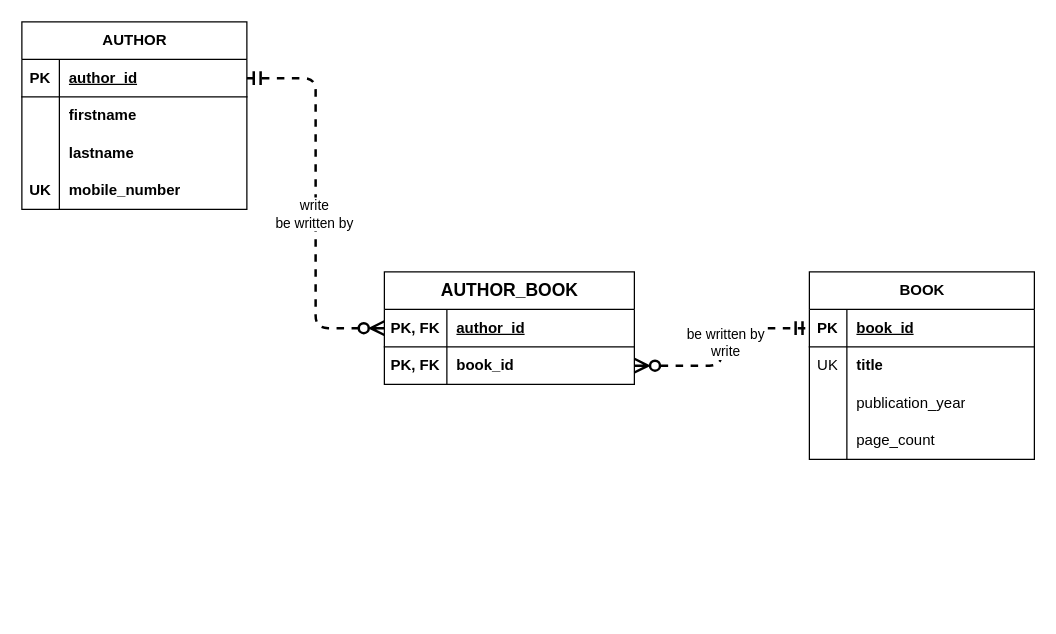
This is page "P0304a" (1 of 2) of relational-database-design/c3/P0304.drawio from qichendev/assignments, a draw.io file, before an edit. Source tidied: cells renumbered, new cells numbered last; positions are measured from the earlier drawing's top-left corner, leaving out a move shared by most shapes. Both pictures are drawn from the tidied source at 125%, with x=0, y=0 at pixel (21, 21).
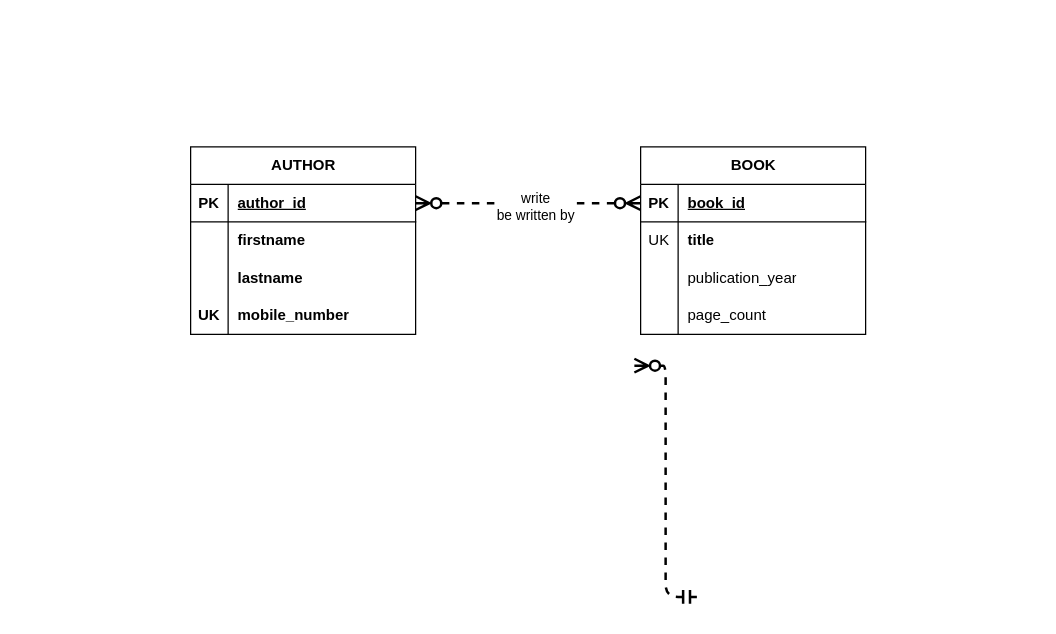
The same page after the edit.

Change to the diagram source:
```diff
@@
+    <mxCell id="37" style="edgeStyle=elbowEdgeStyle;fontSize=12;html=1;endArrow=ERmandOne;startArrow=ERzeroToMany;rounded=1;endSize=8;startSize=8;strokeWidth=2;dashed=1;jumpStyle=none;curved=0;startFill=0;endFill=0;exitX=1;exitY=0.5;exitDx=0;exitDy=0;entryX=0;entryY=0.5;entryDx=0;entryDy=0;" parent="1" edge="1">
+      <mxGeometry relative="1" as="geometry">
+        <mxPoint x="490" y="275" as="sourcePoint" />
+        <mxPoint x="540" y="460" as="targetPoint" />
+      </mxGeometry>
+    </mxCell>
     <mxCell id="2" value="AUTHOR" style="shape=table;startSize=30;childLayout=tableLayout;rowLines=0;fontStyle=1;align=center;html=1;" parent="1" vertex="1">
-      <mxGeometry width="180" height="150" as="geometry" />
+      <mxGeometry x="135" y="100" width="180" height="150" as="geometry" />
     </mxCell>
-    <mxCell id="3" style="shape=tableRow;horizontal=0;startSize=0;swimlaneHead=0;swimlaneBody=0;fillColor=none;points=[[0,0.5],[1,0.5]];portConstraint=eastwest;top=0;left=0;right=0;bottom=1;" parent="2" vertex="1">
-      <mxGeometry y="30" width="180" height="30" as="geometry" />
-    </mxCell>
-    <mxCell id="4" value="PK" style="shape=partialRectangle;fillColor=none;top=0;left=0;bottom=0;right=0;fontStyle=1;overflow=hidden;whiteSpace=wrap;html=1;" parent="3" vertex="1">
-      <mxGeometry width="30" height="30" as="geometry" />
-    </mxCell>
+    <mxCell id="39" style="shape=tableRow;horizontal=0;startSize=0;swimlaneHead=0;swimlaneBody=0;fillColor=none;points=[[0,0.5],[1,0.5]];portConstraint=eastwest;top=0;left=0;right=0;bottom=1;" parent="2" vertex="1">
+      <mxGeometry y="30" width="180" height="30" as="geometry" />
+    </mxCell>
+    <mxCell id="40" value="PK" style="shape=partialRectangle;fillColor=none;top=0;left=0;bottom=0;right=0;fontStyle=1;overflow=hidden;whiteSpace=wrap;html=1;" parent="39" vertex="1">
+      <mxGeometry width="30" height="30" as="geometry" />
+    </mxCell>
-    <mxCell id="5" value="author_id" style="shape=partialRectangle;fillColor=none;top=0;left=0;bottom=0;right=0;align=left;spacingLeft=6;fontStyle=5;overflow=hidden;whiteSpace=wrap;html=1;" parent="3" vertex="1">
+    <mxCell id="5" value="author_id" style="shape=partialRectangle;fillColor=none;top=0;left=0;bottom=0;right=0;align=left;spacingLeft=6;fontStyle=5;overflow=hidden;whiteSpace=wrap;html=1;" parent="39" vertex="1">
       <mxGeometry x="30" width="150" height="30" as="geometry" />
     </mxCell>
-    <mxCell id="6" style="shape=tableRow;horizontal=0;startSize=0;swimlaneHead=0;swimlaneBody=0;fillColor=none;top=0;left=0;right=0;bottom=0;" parent="2" vertex="1">
-      <mxGeometry y="60" width="180" height="30" as="geometry" />
-    </mxCell>
-    <mxCell id="7" style="shape=partialRectangle;fillColor=none;top=0;left=0;bottom=0;right=0;overflow=hidden;whiteSpace=wrap;html=1;" parent="6" vertex="1">
-      <mxGeometry width="30" height="30" as="geometry" />
-    </mxCell>
+    <mxCell id="41" style="shape=tableRow;horizontal=0;startSize=0;swimlaneHead=0;swimlaneBody=0;fillColor=none;top=0;left=0;right=0;bottom=0;" parent="2" vertex="1">
+      <mxGeometry y="60" width="180" height="30" as="geometry" />
+    </mxCell>
+    <mxCell id="42" style="shape=partialRectangle;fillColor=none;top=0;left=0;bottom=0;right=0;overflow=hidden;whiteSpace=wrap;html=1;" parent="41" vertex="1">
+      <mxGeometry width="30" height="30" as="geometry" />
+    </mxCell>
-    <mxCell id="8" value="firstname" style="shape=partialRectangle;fillColor=none;top=0;left=0;bottom=0;right=0;align=left;spacingLeft=6;overflow=hidden;whiteSpace=wrap;html=1;fontStyle=1;" parent="6" vertex="1">
+    <mxCell id="8" value="firstname" style="shape=partialRectangle;fillColor=none;top=0;left=0;bottom=0;right=0;align=left;spacingLeft=6;overflow=hidden;whiteSpace=wrap;html=1;fontStyle=1;" parent="41" vertex="1">
       <mxGeometry x="30" width="150" height="30" as="geometry" />
     </mxCell>
-    <mxCell id="9" style="shape=tableRow;horizontal=0;startSize=0;swimlaneHead=0;swimlaneBody=0;fillColor=none;top=0;left=0;right=0;bottom=0;" parent="2" vertex="1">
-      <mxGeometry y="90" width="180" height="30" as="geometry" />
-    </mxCell>
-    <mxCell id="10" style="shape=partialRectangle;fillColor=none;top=0;left=0;bottom=0;right=0;overflow=hidden;whiteSpace=wrap;html=1;" parent="9" vertex="1">
-      <mxGeometry width="30" height="30" as="geometry" />
-    </mxCell>
+    <mxCell id="43" style="shape=tableRow;horizontal=0;startSize=0;swimlaneHead=0;swimlaneBody=0;fillColor=none;top=0;left=0;right=0;bottom=0;" parent="2" vertex="1">
+      <mxGeometry y="90" width="180" height="30" as="geometry" />
+    </mxCell>
+    <mxCell id="44" style="shape=partialRectangle;fillColor=none;top=0;left=0;bottom=0;right=0;overflow=hidden;whiteSpace=wrap;html=1;" parent="43" vertex="1">
+      <mxGeometry width="30" height="30" as="geometry" />
+    </mxCell>
-    <mxCell id="11" value="lastname" style="shape=partialRectangle;fillColor=none;top=0;left=0;bottom=0;right=0;align=left;spacingLeft=6;overflow=hidden;whiteSpace=wrap;html=1;fontStyle=1;" parent="9" vertex="1">
+    <mxCell id="11" value="lastname" style="shape=partialRectangle;fillColor=none;top=0;left=0;bottom=0;right=0;align=left;spacingLeft=6;overflow=hidden;whiteSpace=wrap;html=1;fontStyle=1;" parent="43" vertex="1">
       <mxGeometry x="30" width="150" height="30" as="geometry" />
     </mxCell>
-    <mxCell id="12" style="shape=tableRow;horizontal=0;startSize=0;swimlaneHead=0;swimlaneBody=0;fillColor=none;top=0;left=0;right=0;bottom=0;" parent="2" vertex="1">
-      <mxGeometry y="120" width="180" height="30" as="geometry" />
-    </mxCell>
+    <mxCell id="45" style="shape=tableRow;horizontal=0;startSize=0;swimlaneHead=0;swimlaneBody=0;fillColor=none;top=0;left=0;right=0;bottom=0;" parent="2" vertex="1">
+      <mxGeometry y="120" width="180" height="30" as="geometry" />
+    </mxCell>
-    <mxCell id="13" value="UK" style="shape=partialRectangle;fillColor=none;top=0;left=0;bottom=0;right=0;overflow=hidden;whiteSpace=wrap;html=1;fontStyle=1;" parent="12" vertex="1">
+    <mxCell id="13" value="UK" style="shape=partialRectangle;fillColor=none;top=0;left=0;bottom=0;right=0;overflow=hidden;whiteSpace=wrap;html=1;fontStyle=1;" parent="45" vertex="1">
       <mxGeometry width="30" height="30" as="geometry" />
     </mxCell>
-    <mxCell id="14" value="mobile_number" style="shape=partialRectangle;fillColor=none;top=0;left=0;bottom=0;right=0;align=left;spacingLeft=6;overflow=hidden;whiteSpace=wrap;html=1;fontStyle=1;" parent="12" vertex="1">
+    <mxCell id="14" value="mobile_number" style="shape=partialRectangle;fillColor=none;top=0;left=0;bottom=0;right=0;align=left;spacingLeft=6;overflow=hidden;whiteSpace=wrap;html=1;fontStyle=1;" parent="45" vertex="1">
       <mxGeometry x="30" width="150" height="30" as="geometry" />
     </mxCell>
     <mxCell id="15" value="BOOK" style="shape=table;startSize=30;childLayout=tableLayout;rowLines=0;fontStyle=1;align=center;html=1;" parent="1" vertex="1">
-      <mxGeometry x="630" y="200" width="180" height="150" as="geometry" />
+      <mxGeometry x="495" y="100" width="180" height="150" as="geometry" />
     </mxCell>
-    <mxCell id="16" style="shape=tableRow;horizontal=0;startSize=0;swimlaneHead=0;swimlaneBody=0;fillColor=none;points=[[0,0.5],[1,0.5]];portConstraint=eastwest;top=0;left=0;right=0;bottom=1;" parent="15" vertex="1">
-      <mxGeometry y="30" width="180" height="30" as="geometry" />
-    </mxCell>
-    <mxCell id="17" value="PK" style="shape=partialRectangle;fillColor=none;top=0;left=0;bottom=0;right=0;fontStyle=1;overflow=hidden;whiteSpace=wrap;html=1;" parent="16" vertex="1">
-      <mxGeometry width="30" height="30" as="geometry" />
-    </mxCell>
+    <mxCell id="46" style="shape=tableRow;horizontal=0;startSize=0;swimlaneHead=0;swimlaneBody=0;fillColor=none;points=[[0,0.5],[1,0.5]];portConstraint=eastwest;top=0;left=0;right=0;bottom=1;" parent="15" vertex="1">
+      <mxGeometry y="30" width="180" height="30" as="geometry" />
+    </mxCell>
+    <mxCell id="47" value="PK" style="shape=partialRectangle;fillColor=none;top=0;left=0;bottom=0;right=0;fontStyle=1;overflow=hidden;whiteSpace=wrap;html=1;" parent="46" vertex="1">
+      <mxGeometry width="30" height="30" as="geometry" />
+    </mxCell>
-    <mxCell id="18" value="book_id" style="shape=partialRectangle;fillColor=none;top=0;left=0;bottom=0;right=0;align=left;spacingLeft=6;fontStyle=5;overflow=hidden;whiteSpace=wrap;html=1;" parent="16" vertex="1">
+    <mxCell id="18" value="book_id" style="shape=partialRectangle;fillColor=none;top=0;left=0;bottom=0;right=0;align=left;spacingLeft=6;fontStyle=5;overflow=hidden;whiteSpace=wrap;html=1;" parent="46" vertex="1">
       <mxGeometry x="30" width="150" height="30" as="geometry" />
     </mxCell>
-    <mxCell id="19" style="shape=tableRow;horizontal=0;startSize=0;swimlaneHead=0;swimlaneBody=0;fillColor=none;top=0;left=0;right=0;bottom=0;" parent="15" vertex="1">
-      <mxGeometry y="60" width="180" height="30" as="geometry" />
-    </mxCell>
+    <mxCell id="48" style="shape=tableRow;horizontal=0;startSize=0;swimlaneHead=0;swimlaneBody=0;fillColor=none;top=0;left=0;right=0;bottom=0;" parent="15" vertex="1">
+      <mxGeometry y="60" width="180" height="30" as="geometry" />
+    </mxCell>
-    <mxCell id="20" value="UK" style="shape=partialRectangle;fillColor=none;top=0;left=0;bottom=0;right=0;overflow=hidden;whiteSpace=wrap;html=1;" parent="19" vertex="1">
+    <mxCell id="20" value="UK" style="shape=partialRectangle;fillColor=none;top=0;left=0;bottom=0;right=0;overflow=hidden;whiteSpace=wrap;html=1;" parent="48" vertex="1">
       <mxGeometry width="30" height="30" as="geometry" />
     </mxCell>
-    <mxCell id="21" value="title" style="shape=partialRectangle;fillColor=none;top=0;left=0;bottom=0;right=0;align=left;spacingLeft=6;overflow=hidden;whiteSpace=wrap;html=1;fontStyle=1;" parent="19" vertex="1">
+    <mxCell id="21" value="title" style="shape=partialRectangle;fillColor=none;top=0;left=0;bottom=0;right=0;align=left;spacingLeft=6;overflow=hidden;whiteSpace=wrap;html=1;fontStyle=1;" parent="48" vertex="1">
       <mxGeometry x="30" width="150" height="30" as="geometry" />
     </mxCell>
-    <mxCell id="22" style="shape=tableRow;horizontal=0;startSize=0;swimlaneHead=0;swimlaneBody=0;fillColor=none;top=0;left=0;right=0;bottom=0;" parent="15" vertex="1">
-      <mxGeometry y="90" width="180" height="30" as="geometry" />
-    </mxCell>
-    <mxCell id="23" style="shape=partialRectangle;fillColor=none;top=0;left=0;bottom=0;right=0;overflow=hidden;whiteSpace=wrap;html=1;" parent="22" vertex="1">
-      <mxGeometry width="30" height="30" as="geometry" />
-    </mxCell>
+    <mxCell id="49" style="shape=tableRow;horizontal=0;startSize=0;swimlaneHead=0;swimlaneBody=0;fillColor=none;top=0;left=0;right=0;bottom=0;" parent="15" vertex="1">
+      <mxGeometry y="90" width="180" height="30" as="geometry" />
+    </mxCell>
+    <mxCell id="50" style="shape=partialRectangle;fillColor=none;top=0;left=0;bottom=0;right=0;overflow=hidden;whiteSpace=wrap;html=1;" parent="49" vertex="1">
+      <mxGeometry width="30" height="30" as="geometry" />
+    </mxCell>
-    <mxCell id="24" value="publication_year" style="shape=partialRectangle;fillColor=none;top=0;left=0;bottom=0;right=0;align=left;spacingLeft=6;overflow=hidden;whiteSpace=wrap;html=1;" parent="22" vertex="1">
+    <mxCell id="24" value="publication_year" style="shape=partialRectangle;fillColor=none;top=0;left=0;bottom=0;right=0;align=left;spacingLeft=6;overflow=hidden;whiteSpace=wrap;html=1;" parent="49" vertex="1">
       <mxGeometry x="30" width="150" height="30" as="geometry" />
     </mxCell>
-    <mxCell id="25" style="shape=tableRow;horizontal=0;startSize=0;swimlaneHead=0;swimlaneBody=0;fillColor=none;top=0;left=0;right=0;bottom=0;" parent="15" vertex="1">
-      <mxGeometry y="120" width="180" height="30" as="geometry" />
-    </mxCell>
-    <mxCell id="26" style="shape=partialRectangle;fillColor=none;top=0;left=0;bottom=0;right=0;overflow=hidden;whiteSpace=wrap;html=1;" parent="25" vertex="1">
-      <mxGeometry width="30" height="30" as="geometry" />
-    </mxCell>
+    <mxCell id="51" style="shape=tableRow;horizontal=0;startSize=0;swimlaneHead=0;swimlaneBody=0;fillColor=none;top=0;left=0;right=0;bottom=0;" parent="15" vertex="1">
+      <mxGeometry y="120" width="180" height="30" as="geometry" />
+    </mxCell>
+    <mxCell id="52" style="shape=partialRectangle;fillColor=none;top=0;left=0;bottom=0;right=0;overflow=hidden;whiteSpace=wrap;html=1;" parent="51" vertex="1">
+      <mxGeometry width="30" height="30" as="geometry" />
+    </mxCell>
-    <mxCell id="27" value="page_count" style="shape=partialRectangle;fillColor=none;top=0;left=0;bottom=0;right=0;align=left;spacingLeft=6;overflow=hidden;whiteSpace=wrap;html=1;" parent="25" vertex="1">
+    <mxCell id="27" value="page_count" style="shape=partialRectangle;fillColor=none;top=0;left=0;bottom=0;right=0;align=left;spacingLeft=6;overflow=hidden;whiteSpace=wrap;html=1;" parent="51" vertex="1">
       <mxGeometry x="30" width="150" height="30" as="geometry" />
     </mxCell>
-    <mxCell id="28" value="&lt;span style=&quot;font-size: 14px;&quot;&gt;&lt;b&gt;AUTHOR_BOOK&lt;/b&gt;&lt;/span&gt;" style="shape=table;startSize=30;childLayout=tableLayout;rowLines=0;fontStyle=0;align=center;html=1;" parent="1" vertex="1">
-      <mxGeometry x="290" y="200" width="200" height="90" as="geometry" />
-    </mxCell>
-    <mxCell id="29" style="shape=tableRow;horizontal=0;startSize=0;swimlaneHead=0;swimlaneBody=0;fillColor=none;points=[[0,0.5],[1,0.5]];portConstraint=eastwest;top=0;left=0;right=0;bottom=1;" parent="28" vertex="1">
-      <mxGeometry y="30" width="200" height="30" as="geometry" />
-    </mxCell>
-    <mxCell id="30" value="PK, FK" style="shape=partialRectangle;fillColor=none;top=0;left=0;bottom=0;right=0;fontStyle=1;overflow=hidden;whiteSpace=wrap;html=1;" parent="29" vertex="1">
-      <mxGeometry width="50" height="30" as="geometry" />
-    </mxCell>
-    <mxCell id="31" value="author_id" style="shape=partialRectangle;fillColor=none;top=0;left=0;bottom=0;right=0;align=left;spacingLeft=6;fontStyle=5;overflow=hidden;whiteSpace=wrap;html=1;" parent="29" vertex="1">
-      <mxGeometry x="50" width="150" height="30" as="geometry" />
-    </mxCell>
-    <mxCell id="32" style="shape=tableRow;horizontal=0;startSize=0;swimlaneHead=0;swimlaneBody=0;fillColor=none;points=[[0,0.5],[1,0.5]];portConstraint=eastwest;top=0;left=0;right=0;bottom=0;" parent="28" vertex="1">
-      <mxGeometry y="60" width="200" height="30" as="geometry" />
-    </mxCell>
-    <mxCell id="33" value="PK, FK" style="shape=partialRectangle;fillColor=none;top=0;left=0;bottom=0;right=0;overflow=hidden;whiteSpace=wrap;html=1;fontStyle=1;" parent="32" vertex="1">
-      <mxGeometry width="50" height="30" as="geometry" />
-    </mxCell>
-    <mxCell id="34" value="book_id" style="shape=partialRectangle;fillColor=none;top=0;left=0;bottom=0;right=0;align=left;spacingLeft=6;overflow=hidden;whiteSpace=wrap;html=1;fontStyle=1;" parent="32" vertex="1">
-      <mxGeometry x="50" width="150" height="30" as="geometry" />
-    </mxCell>
-    <mxCell id="35" style="edgeStyle=elbowEdgeStyle;fontSize=12;html=1;endArrow=ERzeroToMany;startArrow=ERmandOne;rounded=1;endSize=8;startSize=8;strokeWidth=2;dashed=1;jumpStyle=none;curved=0;startFill=0;endFill=0;exitX=1;exitY=0.5;exitDx=0;exitDy=0;entryX=0;entryY=0.5;entryDx=0;entryDy=0;" parent="1" edge="1" source="3" target="29">
-      <mxGeometry relative="1" as="geometry" />
-    </mxCell>
+    <mxCell id="53" style="edgeStyle=elbowEdgeStyle;fontSize=12;html=1;endArrow=ERzeroToMany;startArrow=ERzeroToMany;rounded=1;endSize=8;startSize=8;strokeWidth=2;dashed=1;jumpStyle=none;curved=0;startFill=0;endFill=0;exitX=1;exitY=0.5;exitDx=0;exitDy=0;entryX=0;entryY=0.5;entryDx=0;entryDy=0;" parent="1" edge="1" source="39" target="46">
+      <mxGeometry relative="1" as="geometry" />
+    </mxCell>
-    <mxCell id="36" value="write&lt;div&gt;be written by&lt;/div&gt;" style="edgeLabel;html=1;align=center;verticalAlign=middle;" parent="35" vertex="1">
+    <mxCell id="36" value="write&lt;div&gt;be written by&lt;/div&gt;" style="edgeLabel;html=1;align=center;verticalAlign=middle;" parent="53" vertex="1">
       <mxGeometry x="0.05" y="-2" relative="1" as="geometry" />
     </mxCell>
-    <mxCell id="37" style="edgeStyle=elbowEdgeStyle;fontSize=12;html=1;endArrow=ERmandOne;startArrow=ERzeroToMany;rounded=1;endSize=8;startSize=8;strokeWidth=2;dashed=1;jumpStyle=none;curved=0;startFill=0;endFill=0;exitX=1;exitY=0.5;exitDx=0;exitDy=0;entryX=0;entryY=0.5;entryDx=0;entryDy=0;" parent="1" edge="1" source="32" target="16">
-      <mxGeometry relative="1" as="geometry" />
-    </mxCell>
-    <mxCell id="38" value="be written by&lt;div&gt;write&lt;/div&gt;" style="edgeLabel;html=1;align=center;verticalAlign=middle;" parent="37" vertex="1">
-      <mxGeometry x="0.05" y="-2" relative="1" as="geometry" />
-    </mxCell>
```
